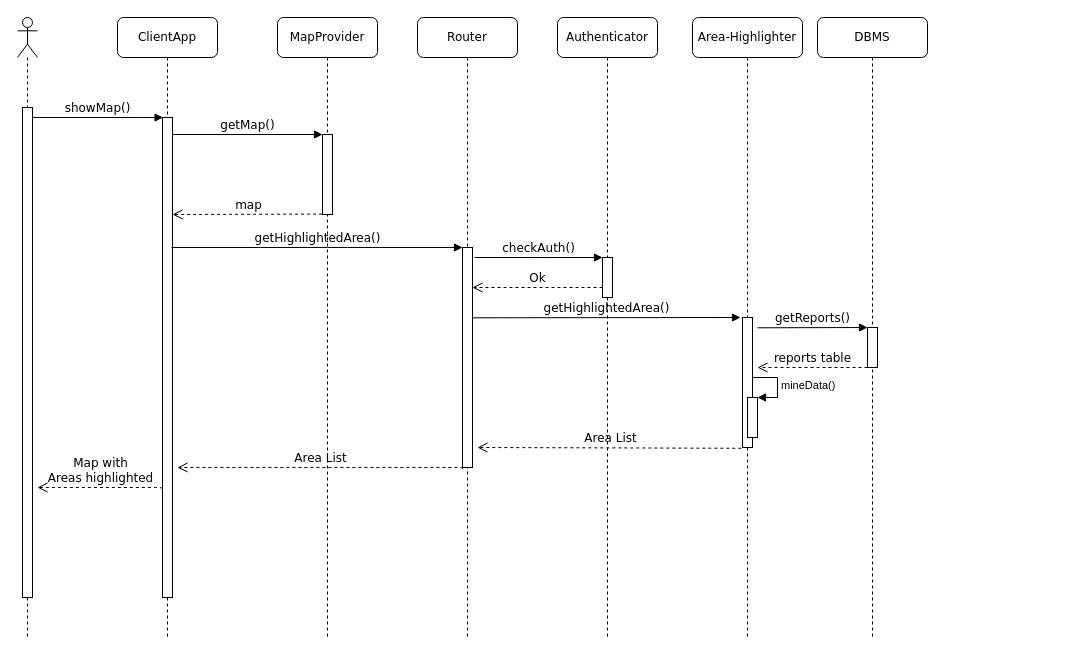
Above: DD/diagrams/area-highlight-sequence.drawio in f3d0ss/CazzolaDotti-se2 (draw.io), before the change. Source tidied: cells renumbered, new cells numbered last; positions are measured from the earlier drawing's top-left corner, leaving out a move shared by most shapes. Both pictures are drawn from the tidied source at 100%, with x=0, y=0 at pixel (-12, 17).
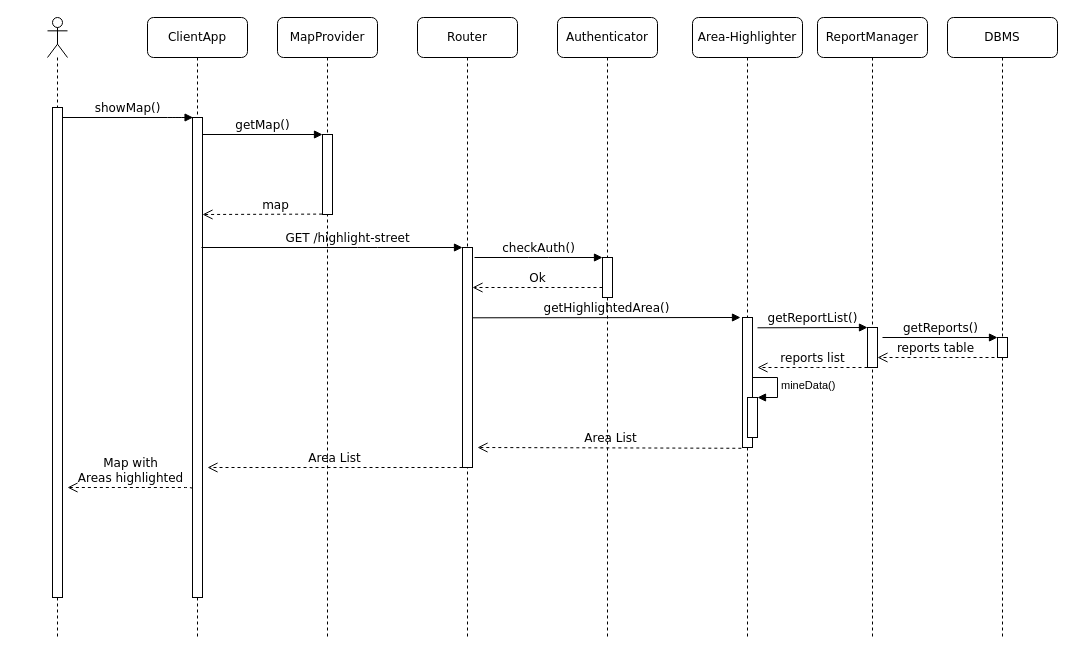
The same diagram, later.

The change refers to these unchanged cells:
```xml
<mxCell id="3" style="html=1;points=[];perimeter=orthogonalPerimeter;rounded=0;shadow=0;comic=0;labelBackgroundColor=none;strokeWidth=1;fontFamily=Verdana;fontSize=12;align=center;" parent="2" vertex="1">
  <mxGeometry x="45" y="100" width="10" height="480" as="geometry" />
</mxCell>
<mxCell id="7" style="html=1;points=[];perimeter=orthogonalPerimeter;rounded=0;shadow=0;comic=0;labelBackgroundColor=none;strokeWidth=1;fontFamily=Verdana;fontSize=12;align=center;" parent="6" vertex="1">
  <mxGeometry x="45" y="230" width="10" height="220" as="geometry" />
</mxCell>
<mxCell id="14" style="html=1;points=[];perimeter=orthogonalPerimeter;rounded=0;shadow=0;comic=0;labelBackgroundColor=none;strokeWidth=1;fontFamily=Verdana;fontSize=12;align=center;" parent="13" vertex="1">
  <mxGeometry x="5" y="90" width="10" height="490" as="geometry" />
</mxCell>
<mxCell id="17" style="html=1;points=[];perimeter=orthogonalPerimeter;rounded=0;shadow=0;comic=0;labelBackgroundColor=none;strokeWidth=1;fontFamily=Verdana;fontSize=12;align=center;" parent="1" vertex="1">
  <mxGeometry x="334" y="117" width="10" height="80" as="geometry" />
</mxCell>
```

What changed in the source:
```diff
@@
+    <mxCell id="4" value="MapProvider" style="shape=umlLifeline;perimeter=lifelinePerimeter;whiteSpace=wrap;html=1;rounded=1;shadow=0;comic=0;labelBackgroundColor=none;strokeWidth=1;fontFamily=Verdana;fontSize=12;align=center;" parent="1" vertex="1">
+      <mxGeometry x="289" width="100" height="620" as="geometry" />
+    </mxCell>
     <mxCell id="2" value="ClientApp" style="shape=umlLifeline;perimeter=lifelinePerimeter;whiteSpace=wrap;html=1;rounded=1;shadow=0;comic=0;labelBackgroundColor=none;strokeWidth=1;fontFamily=Verdana;fontSize=12;align=center;" parent="1" vertex="1">
-      <mxGeometry x="129" width="100" height="620" as="geometry" />
+      <mxGeometry x="159" width="100" height="620" as="geometry" />
     </mxCell>
@@
-    <mxCell id="4" value="MapProvider" style="shape=umlLifeline;perimeter=lifelinePerimeter;whiteSpace=wrap;html=1;rounded=1;shadow=0;comic=0;labelBackgroundColor=none;strokeWidth=1;fontFamily=Verdana;fontSize=12;align=center;" parent="1" vertex="1">
-      <mxGeometry x="289" width="100" height="620" as="geometry" />
-    </mxCell>
@@
     <mxCell id="11" value="showMap()" style="html=1;verticalAlign=bottom;endArrow=block;labelBackgroundColor=none;fontFamily=Verdana;fontSize=12;edgeStyle=elbowEdgeStyle;elbow=vertical;shadow=0;comic=0;entryX=0.058;entryY=0;entryDx=0;entryDy=0;entryPerimeter=0;" parent="1" edge="1" source="14" target="3">
       <mxGeometry relative="1" as="geometry">
         <Array as="points">
-          <mxPoint x="159" y="100" />
-          <mxPoint x="169" y="100" />
+          <mxPoint x="189" y="100" />
+          <mxPoint x="199" y="100" />
         </Array>
       </mxGeometry>
     </mxCell>
     <mxCell id="12" value="getMap()" style="html=1;verticalAlign=bottom;endArrow=block;entryX=0;entryY=0;labelBackgroundColor=none;fontFamily=Verdana;fontSize=12;edgeStyle=elbowEdgeStyle;elbow=vertical;" parent="1" edge="1" target="17">
       <mxGeometry relative="1" as="geometry">
-        <mxPoint x="184" y="117" as="sourcePoint" />
+        <mxPoint x="214" y="117" as="sourcePoint" />
       </mxGeometry>
     </mxCell>
     <mxCell id="13" style="shape=umlLifeline;participant=umlActor;perimeter=lifelinePerimeter;whiteSpace=wrap;html=1;verticalAlign=top;spacingTop=36;labelBackgroundColor=#ffffff;" parent="1" vertex="1">
-      <mxGeometry x="29" width="20" height="620" as="geometry" />
+      <mxGeometry x="59" width="20" height="620" as="geometry" />
     </mxCell>
@@
     <mxCell id="15" style="html=1;verticalAlign=bottom;endArrow=open;dashed=1;endSize=8;labelBackgroundColor=none;fontFamily=Verdana;fontSize=12;edgeStyle=elbowEdgeStyle;elbow=vertical;exitX=-0.039;exitY=0.995;exitDx=0;exitDy=0;exitPerimeter=0;" parent="1" edge="1" source="17">
       <mxGeometry relative="1" as="geometry">
-        <mxPoint x="184" y="197" as="targetPoint" />
+        <mxPoint x="214" y="197" as="targetPoint" />
         <Array as="points">
-          <mxPoint x="199" y="197" />
-          <mxPoint x="264" y="197.5" />
+          <mxPoint x="229" y="197" />
           <mxPoint x="294" y="197.5" />
+          <mxPoint x="324" y="197.5" />
         </Array>
       </mxGeometry>
     </mxCell>
@@
-    <mxCell id="22" value="getHighlightedArea()" style="html=1;verticalAlign=bottom;endArrow=block;labelBackgroundColor=none;fontFamily=Verdana;fontSize=12;edgeStyle=elbowEdgeStyle;elbow=vertical;" parent="1" edge="1" target="7">
-      <mxGeometry relative="1" as="geometry">
-        <mxPoint x="183" y="230" as="sourcePoint" />
-        <Array as="points">
-          <mxPoint x="349" y="230" />
-        </Array>
-      </mxGeometry>
-    </mxCell>
@@
     <mxCell id="25" value="DBMS" style="shape=umlLifeline;perimeter=lifelinePerimeter;whiteSpace=wrap;html=1;rounded=1;shadow=0;comic=0;labelBackgroundColor=none;strokeWidth=1;fontFamily=Verdana;fontSize=12;align=center;" parent="1" vertex="1">
-      <mxGeometry x="829" width="110" height="620" as="geometry" />
+      <mxGeometry x="959" width="110" height="620" as="geometry" />
     </mxCell>
     <mxCell id="26" style="html=1;perimeter=orthogonalPerimeter;" parent="25" vertex="1">
-      <mxGeometry x="50" y="310" width="10" height="40" as="geometry" />
+      <mxGeometry x="50" y="320" width="10" height="20" as="geometry" />
     </mxCell>
-    <mxCell id="27" value="getReports()" style="html=1;verticalAlign=bottom;endArrow=block;labelBackgroundColor=none;fontFamily=Verdana;fontSize=12;edgeStyle=elbowEdgeStyle;elbow=vertical;exitX=0.92;exitY=0.422;exitDx=0;exitDy=0;exitPerimeter=0;" parent="1" edge="1">
+    <mxCell id="27" value="getReportList()" style="html=1;verticalAlign=bottom;endArrow=block;labelBackgroundColor=none;fontFamily=Verdana;fontSize=12;edgeStyle=elbowEdgeStyle;elbow=vertical;exitX=0.92;exitY=0.422;exitDx=0;exitDy=0;exitPerimeter=0;" parent="1" edge="1">
       <mxGeometry relative="1" as="geometry">
         <mxPoint x="769" y="310.3" as="sourcePoint" />
         <mxPoint x="879" y="310" as="targetPoint" />
         <Array as="points">
           <mxPoint x="935" y="310" />
         </Array>
       </mxGeometry>
     </mxCell>
-    <mxCell id="28" value="reports table" style="html=1;verticalAlign=bottom;endArrow=open;dashed=1;endSize=8;labelBackgroundColor=none;fontFamily=Verdana;fontSize=12;edgeStyle=elbowEdgeStyle;elbow=vertical;" parent="1" edge="1">
+    <mxCell id="28" value="reports list" style="html=1;verticalAlign=bottom;endArrow=open;dashed=1;endSize=8;labelBackgroundColor=none;fontFamily=Verdana;fontSize=12;edgeStyle=elbowEdgeStyle;elbow=vertical;" parent="1" edge="1">
       <mxGeometry relative="1" as="geometry">
         <mxPoint x="879" y="350" as="sourcePoint" />
         <mxPoint x="769" y="350" as="targetPoint" />
         <Array as="points">
           <mxPoint x="819" y="350" />
           <mxPoint x="803.5" y="289" />
           <mxPoint x="868.5" y="289.5" />
           <mxPoint x="898.5" y="289.5" />
         </Array>
       </mxGeometry>
     </mxCell>
-    <mxCell id="29" value="Area List" style="html=1;verticalAlign=bottom;endArrow=open;dashed=1;endSize=8;labelBackgroundColor=none;fontFamily=Verdana;fontSize=12;edgeStyle=elbowEdgeStyle;elbow=vertical;exitX=-0.118;exitY=1.006;exitDx=0;exitDy=0;exitPerimeter=0;" parent="1" edge="1">
+    <mxCell id="29" value="Area List" style="html=1;verticalAlign=bottom;endArrow=open;dashed=1;endSize=8;labelBackgroundColor=none;fontFamily=Verdana;fontSize=12;edgeStyle=elbowEdgeStyle;elbow=vertical;" parent="1" edge="1">
       <mxGeometry relative="1" as="geometry">
-        <mxPoint x="474.2" y="451.2" as="sourcePoint" />
-        <mxPoint x="189" y="450" as="targetPoint" />
+        <mxPoint x="474" y="450" as="sourcePoint" />
+        <mxPoint x="219" y="450" as="targetPoint" />
         <Array as="points">
-          <mxPoint x="300.5" y="450" />
-          <mxPoint x="300.5" y="441" />
-          <mxPoint x="465" y="380" />
-          <mxPoint x="345" y="380" />
-          <mxPoint x="410" y="380.5" />
+          <mxPoint x="330.5" y="450" />
+          <mxPoint x="330.5" y="441" />
+          <mxPoint x="495" y="380" />
+          <mxPoint x="375" y="380" />
           <mxPoint x="440" y="380.5" />
+          <mxPoint x="470" y="380.5" />
         </Array>
       </mxGeometry>
     </mxCell>
     <mxCell id="30" value="Map with &lt;br&gt;Areas highlighted" style="html=1;verticalAlign=bottom;endArrow=open;dashed=1;endSize=8;labelBackgroundColor=none;fontFamily=Verdana;fontSize=12;edgeStyle=elbowEdgeStyle;elbow=vertical;exitX=-0.118;exitY=1.006;exitDx=0;exitDy=0;exitPerimeter=0;" parent="1" edge="1">
       <mxGeometry relative="1" as="geometry">
-        <mxPoint x="173.7" y="471.2" as="sourcePoint" />
-        <mxPoint x="49" y="470" as="targetPoint" />
+        <mxPoint x="203.7" y="471.2" as="sourcePoint" />
+        <mxPoint x="79" y="470" as="targetPoint" />
         <Array as="points">
-          <mxPoint y="470" />
-          <mxPoint y="461" />
-          <mxPoint x="164.5" y="400" />
-          <mxPoint x="44.5" y="400" />
-          <mxPoint x="109.5" y="400.5" />
+          <mxPoint x="30" y="470" />
+          <mxPoint x="30" y="461" />
+          <mxPoint x="194.5" y="400" />
+          <mxPoint x="74.5" y="400" />
           <mxPoint x="139.5" y="400.5" />
+          <mxPoint x="169.5" y="400.5" />
         </Array>
       </mxGeometry>
     </mxCell>
+    <mxCell id="31" value="ReportManager" style="shape=umlLifeline;perimeter=lifelinePerimeter;whiteSpace=wrap;html=1;rounded=1;shadow=0;comic=0;labelBackgroundColor=none;strokeWidth=1;fontFamily=Verdana;fontSize=12;align=center;" parent="1" vertex="1">
+      <mxGeometry x="829" width="110" height="620" as="geometry" />
+    </mxCell>
+    <mxCell id="32" style="html=1;perimeter=orthogonalPerimeter;" parent="31" vertex="1">
+      <mxGeometry x="50" y="310" width="10" height="40" as="geometry" />
+    </mxCell>
+    <mxCell id="33" value="getReports()" style="html=1;verticalAlign=bottom;endArrow=block;labelBackgroundColor=none;fontFamily=Verdana;fontSize=12;edgeStyle=elbowEdgeStyle;elbow=vertical;" parent="1" edge="1">
+      <mxGeometry relative="1" as="geometry">
+        <mxPoint x="894" y="320" as="sourcePoint" />
+        <mxPoint x="1009" y="320" as="targetPoint" />
+      </mxGeometry>
+    </mxCell>
+    <mxCell id="34" value="reports table" style="html=1;verticalAlign=bottom;endArrow=open;dashed=1;endSize=8;labelBackgroundColor=none;fontFamily=Verdana;fontSize=12;edgeStyle=elbowEdgeStyle;elbow=vertical;" parent="1" edge="1">
+      <mxGeometry relative="1" as="geometry">
+        <mxPoint x="1006" y="340" as="sourcePoint" />
+        <mxPoint x="889" y="340" as="targetPoint" />
+        <Array as="points">
+          <mxPoint x="939" y="340" />
+          <mxPoint x="923.5" y="279" />
+          <mxPoint x="988.5" y="279.5" />
+          <mxPoint x="1018.5" y="279.5" />
+        </Array>
+      </mxGeometry>
+    </mxCell>
+    <mxCell id="22" value="GET /highlight-street" style="html=1;verticalAlign=bottom;endArrow=block;labelBackgroundColor=none;fontFamily=Verdana;fontSize=12;edgeStyle=elbowEdgeStyle;elbow=vertical;" parent="1" edge="1" target="7">
+      <mxGeometry x="0.27" y="-20" relative="1" as="geometry">
+        <mxPoint x="213" y="230" as="sourcePoint" />
+        <Array as="points">
+          <mxPoint x="379" y="230" />
+        </Array>
+        <mxPoint x="-20" y="-20" as="offset" />
+      </mxGeometry>
+    </mxCell>
```
